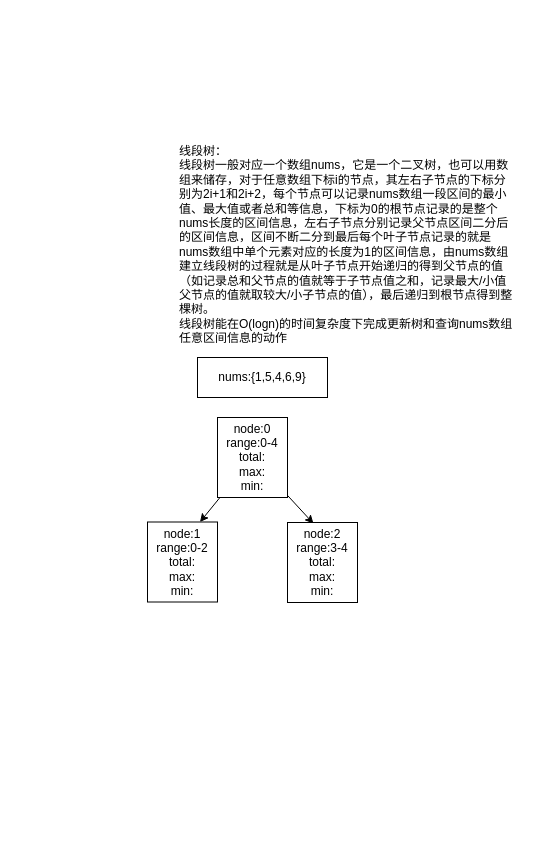
Before: 线段树和树状数组.drawio in a7956232/drawIOFiles, a draw.io diagram. Source tidied: cells renumbered, new cells numbered last; positions are measured from the earlier drawing's top-left corner, leaving out a move shared by most shapes. Both pictures are drawn from the tidied source at 100%, with x=0, y=0 at pixel (147, 137).
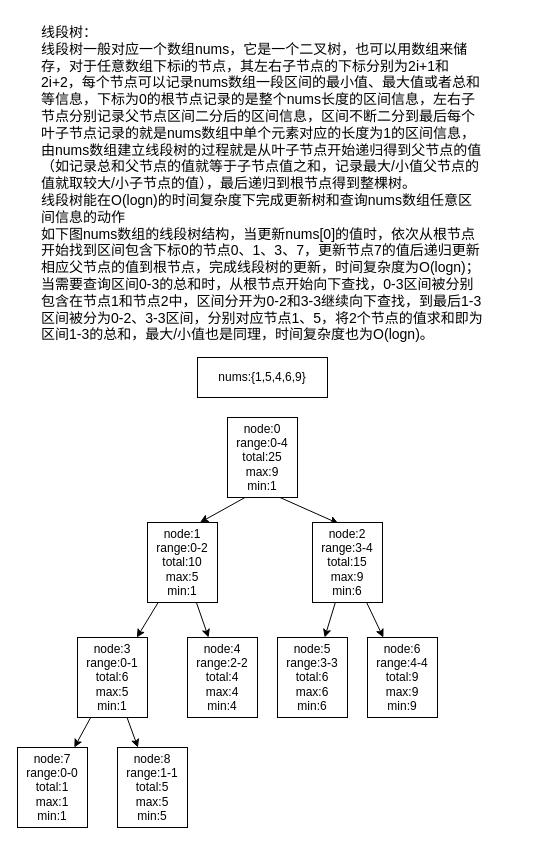
The same diagram, later.

Commit message (it also covers changes not shown here):
更新线段树和树状数组.drawio

Change to the diagram source:
```diff
@@
-    <mxCell id="2" value="线段树：&lt;br&gt;线段树一般对应一个数组nums，它是一个二叉树，也可以用数组来储存，对于任意数组下标i的节点，其左右子节点的下标分别为2i+1和2i+2，每个节点可以记录nums数组一段区间的最小值、最大值或者总和等信息，下标为0的根节点记录的是整个nums长度的区间信息，左右子节点分别记录父节点区间二分后的区间信息，区间不断二分到最后每个叶子节点记录的就是nums数组中单个元素对应的长度为1的区间信息，由nums数组建立线段树的过程就是从叶子节点开始递归的得到父节点的值（如记录总和父节点的值就等于子节点值之和，记录最大/小值父节点的值就取较大/小子节点的值），最后递归到根节点得到整棵树。&lt;br&gt;线段树能在O(logn)的时间复杂度下完成更新树和查询nums数组任意区间信息的动作" style="text;html=1;strokeColor=none;fillColor=none;align=left;verticalAlign=top;whiteSpace=wrap;rounded=0;" parent="1" vertex="1">
-      <mxGeometry x="30" width="340" height="230" as="geometry" />
+    <mxCell id="2" value="&lt;font style=&quot;font-size: 14px;&quot;&gt;线段树：&lt;br&gt;线段树一般对应一个数组nums，它是一个二叉树，也可以用数组来储存，对于任意数组下标i的节点，其左右子节点的下标分别为2i+1和2i+2，每个节点可以记录nums数组一段区间的最小值、最大值或者总和等信息，下标为0的根节点记录的是整个nums长度的区间信息，左右子节点分别记录父节点区间二分后的区间信息，区间不断二分到最后每个叶子节点记录的就是nums数组中单个元素对应的长度为1的区间信息，由nums数组建立线段树的过程就是从叶子节点开始递归得到父节点的值（如记录总和父节点的值就等于子节点值之和，记录最大/小值父节点的值就取较大/小子节点的值），最后递归到根节点得到整棵树。&lt;br&gt;线段树能在O(logn)的时间复杂度下完成更新树和查询nums数组任意区间信息的动作&lt;br&gt;如下图nums数组的线段树结构，当更新nums[0]的值时，依次从根节点开始找到区间包含下标0的节点0、1、3、7，更新节点7的值后递归更新相应父节点的值到根节点，完成线段树的更新，时间复杂度为O(logn)；&lt;br&gt;当需要查询区间0-3的总和时，从根节点开始向下查找，0-3区间被分别包含在节点1和节点2中，区间分开为0-2和3-3继续向下查找，到最后1-3区间被分为0-2、3-3区间，分别对应节点1、5，将2个节点的值求和即为区间1-3的总和，最大/小值也是同理，时间复杂度也为O(logn)。&lt;/font&gt;" style="text;html=1;strokeColor=none;fillColor=none;align=left;verticalAlign=top;whiteSpace=wrap;rounded=0;" parent="1" vertex="1">
+      <mxGeometry x="-108" y="-120" width="446" height="330" as="geometry" />
     </mxCell>
-    <mxCell id="3" style="rounded=0;jettySize=auto;html=1;entryX=0.75;entryY=0;entryDx=0;entryDy=0;" parent="1" edge="1" source="5" target="7">
+    <mxCell id="3" style="rounded=0;jettySize=auto;html=1;entryX=0.75;entryY=0;entryDx=0;entryDy=0;exitX=0.25;exitY=1;exitDx=0;exitDy=0;" parent="1" edge="1" source="5" target="7">
       <mxGeometry relative="1" as="geometry" />
     </mxCell>
-    <mxCell id="4" style="rounded=0;jettySize=auto;html=1;entryX=0.371;entryY=0.013;entryDx=0;entryDy=0;entryPerimeter=0;" parent="1" edge="1" source="5" target="8">
+    <mxCell id="4" style="rounded=0;jettySize=auto;html=1;entryX=0.371;entryY=0.013;entryDx=0;entryDy=0;entryPerimeter=0;exitX=0.75;exitY=1;exitDx=0;exitDy=0;" parent="1" edge="1" source="5" target="8">
       <mxGeometry relative="1" as="geometry" />
     </mxCell>
-    <mxCell id="5" value="node:0&lt;br&gt;range:0-4&lt;br&gt;total:&lt;br&gt;max:&lt;br&gt;min:" style="rounded=0;whiteSpace=wrap;html=1;" parent="1" vertex="1">
-      <mxGeometry x="70" y="280" width="70" height="80" as="geometry" />
+    <mxCell id="5" value="node:0&lt;br&gt;range:0-4&lt;br&gt;total:25&lt;br&gt;max:9&lt;br&gt;min:1" style="rounded=0;whiteSpace=wrap;html=1;" parent="1" vertex="1">
+      <mxGeometry x="80" y="280" width="70" height="80" as="geometry" />
     </mxCell>
@@
+    <mxCell id="9" style="rounded=0;jettySize=auto;html=1;" parent="1" edge="1" source="7" target="15">
+      <mxGeometry relative="1" as="geometry" />
+    </mxCell>
+    <mxCell id="10" style="rounded=0;jettySize=auto;html=1;" parent="1" edge="1" source="7" target="16">
+      <mxGeometry relative="1" as="geometry" />
+    </mxCell>
-    <mxCell id="7" value="node:1&lt;br&gt;range:0-2&lt;br&gt;total:&lt;br&gt;max:&lt;br&gt;min:" style="rounded=0;whiteSpace=wrap;html=1;" parent="1" vertex="1">
-      <mxGeometry y="384.5" width="70" height="80" as="geometry" />
+    <mxCell id="7" value="node:1&lt;br&gt;range:0-2&lt;br&gt;total:10&lt;br&gt;max:5&lt;br&gt;min:1" style="rounded=0;whiteSpace=wrap;html=1;" parent="1" vertex="1">
+      <mxGeometry y="385" width="70" height="80" as="geometry" />
     </mxCell>
+    <mxCell id="11" style="rounded=0;jettySize=auto;html=1;" parent="1" edge="1" source="8" target="19">
+      <mxGeometry relative="1" as="geometry" />
+    </mxCell>
+    <mxCell id="12" style="rounded=0;jettySize=auto;html=1;" parent="1" edge="1" source="8" target="20">
+      <mxGeometry relative="1" as="geometry" />
+    </mxCell>
-    <mxCell id="8" value="node:2&lt;br&gt;range:3-4&lt;br&gt;total:&lt;br&gt;max:&lt;br&gt;min:" style="rounded=0;whiteSpace=wrap;html=1;" parent="1" vertex="1">
-      <mxGeometry x="140" y="385" width="70" height="80" as="geometry" />
+    <mxCell id="8" value="node:2&lt;br&gt;range:3-4&lt;br&gt;total:15&lt;br&gt;max:9&lt;br&gt;min:6" style="rounded=0;whiteSpace=wrap;html=1;" parent="1" vertex="1">
+      <mxGeometry x="165" y="385" width="70" height="80" as="geometry" />
     </mxCell>
+    <mxCell id="13" style="rounded=0;jettySize=auto;html=1;" parent="1" edge="1" source="15" target="17">
+      <mxGeometry relative="1" as="geometry" />
+    </mxCell>
+    <mxCell id="14" style="rounded=0;jettySize=auto;html=1;" parent="1" edge="1" source="15" target="18">
+      <mxGeometry relative="1" as="geometry" />
+    </mxCell>
+    <mxCell id="15" value="node:3&lt;br&gt;range:0-1&lt;br&gt;total:6&lt;br&gt;max:5&lt;br&gt;min:1" style="rounded=0;whiteSpace=wrap;html=1;" parent="1" vertex="1">
+      <mxGeometry x="-70" y="500" width="70" height="80" as="geometry" />
+    </mxCell>
+    <mxCell id="16" value="node:4&lt;br&gt;range:2-2&lt;br&gt;total:4&lt;br&gt;max:4&lt;br&gt;min:4" style="rounded=0;whiteSpace=wrap;html=1;" parent="1" vertex="1">
+      <mxGeometry x="40" y="500" width="70" height="80" as="geometry" />
+    </mxCell>
+    <mxCell id="17" value="node:7&lt;br&gt;range:0-0&lt;br&gt;total:1&lt;br&gt;max:1&lt;br&gt;min:1" style="rounded=0;whiteSpace=wrap;html=1;" parent="1" vertex="1">
+      <mxGeometry x="-130" y="610" width="70" height="80" as="geometry" />
+    </mxCell>
+    <mxCell id="18" value="node:8&lt;br&gt;range:1-1&lt;br&gt;total:5&lt;br&gt;max:5&lt;br&gt;min:5" style="rounded=0;whiteSpace=wrap;html=1;" parent="1" vertex="1">
+      <mxGeometry x="-30" y="610" width="70" height="80" as="geometry" />
+    </mxCell>
+    <mxCell id="19" value="node:5&lt;br&gt;range:3-3&lt;br&gt;total:6&lt;br&gt;max:6&lt;br&gt;min:6" style="rounded=0;whiteSpace=wrap;html=1;" parent="1" vertex="1">
+      <mxGeometry x="130" y="500" width="70" height="80" as="geometry" />
+    </mxCell>
+    <mxCell id="20" value="node:6&lt;br&gt;range:4-4&lt;br&gt;total:9&lt;br&gt;max:9&lt;br&gt;min:9" style="rounded=0;whiteSpace=wrap;html=1;" parent="1" vertex="1">
+      <mxGeometry x="220" y="500" width="70" height="80" as="geometry" />
+    </mxCell>
```
